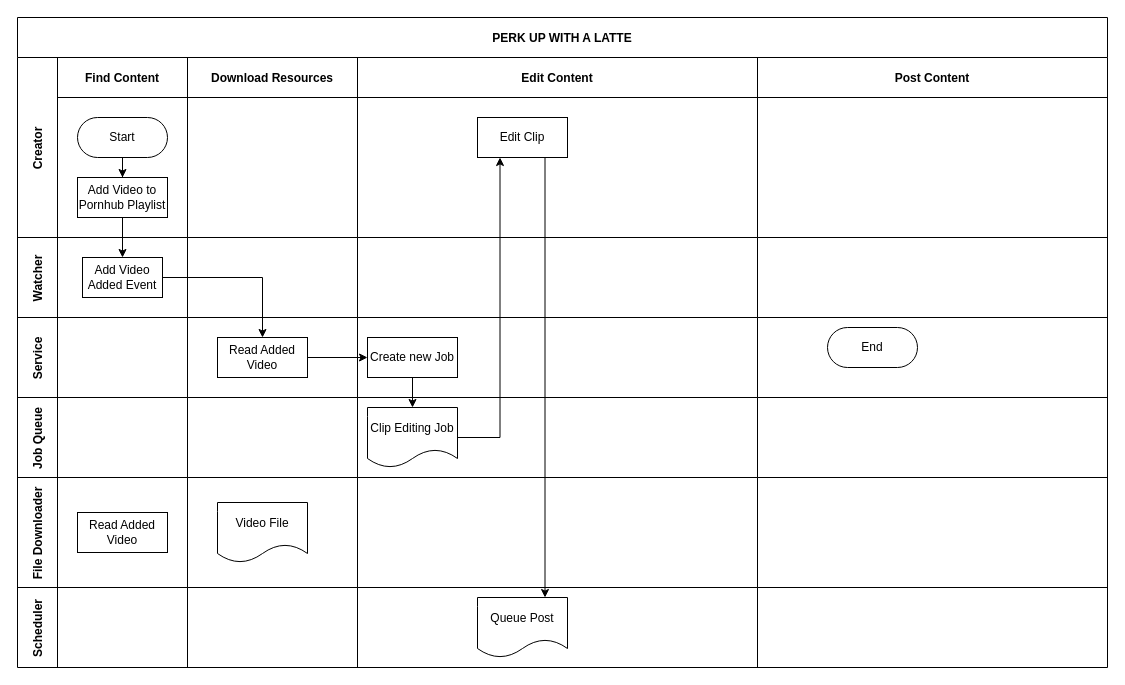
bdsmgeek/reddit-girlsfistguys-posts keeps this draw.io diagram as girlsfistguys-diagram.drawio. Above is the earlier version. Source tidied: cells renumbered, new cells numbered last; positions are measured from the earlier drawing's top-left corner, leaving out a move shared by most shapes. Both pictures are drawn from the tidied source at 100%, with x=0, y=0 at pixel (17, 17).
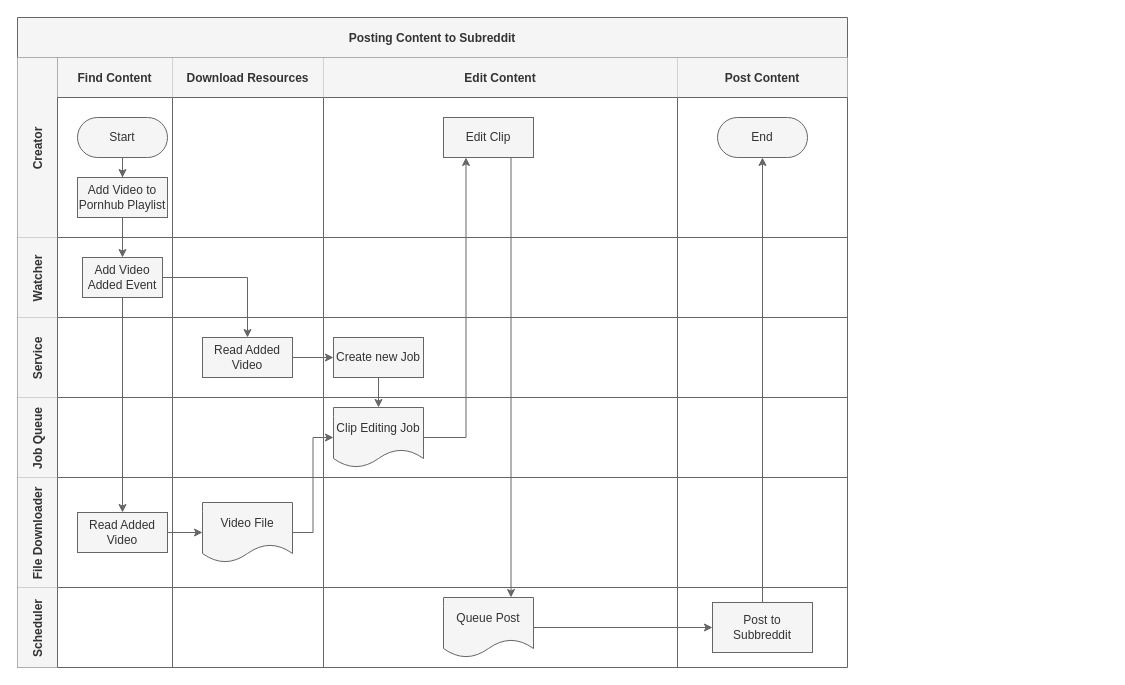
The same diagram, later.

The edit, as a diff of the source:
```diff
@@
-    <mxCell id="2" value="PERK UP WITH A LATTE" style="shape=table;childLayout=tableLayout;startSize=40;fillColor=none;fontStyle=1;" parent="1" vertex="1">
-      <mxGeometry width="1090" height="650" as="geometry" />
+    <mxCell id="2" value="Posting Content to Subreddit" style="shape=table;childLayout=tableLayout;startSize=40;fontStyle=1;fillColor=#f5f5f5;fontColor=#333333;strokeColor=#666666;" parent="1" vertex="1">
+      <mxGeometry width="830" height="650" as="geometry" />
     </mxCell>
-    <mxCell id="3" style="edgeStyle=orthogonalEdgeStyle;rounded=0;jettySize=auto;html=1;exitX=1;exitY=0.5;exitDx=0;exitDy=0;" parent="2" edge="1" source="15" target="22">
+    <mxCell id="3" style="edgeStyle=orthogonalEdgeStyle;rounded=0;jettySize=auto;html=1;exitX=1;exitY=0.5;exitDx=0;exitDy=0;fillColor=#f5f5f5;strokeColor=#666666;" parent="2" edge="1" source="15" target="22">
       <mxGeometry relative="1" as="geometry" />
     </mxCell>
-    <mxCell id="4" value="Creator" style="shape=tableRow;horizontal=0;swimlaneHead=0;swimlaneBody=0;top=0;left=0;bottom=0;right=0;fillColor=none;startSize=40;fontStyle=1;" parent="2" vertex="1">
-      <mxGeometry y="40" width="1090" height="180" as="geometry" />
+    <mxCell id="4" value="Creator" style="shape=tableRow;horizontal=0;swimlaneHead=0;swimlaneBody=0;top=0;left=0;bottom=0;right=0;startSize=40;fontStyle=1;labelBorderColor=none;fillColor=#f5f5f5;fontColor=#333333;strokeColor=#666666;" parent="2" vertex="1">
+      <mxGeometry y="40" width="830" height="180" as="geometry" />
     </mxCell>
-    <mxCell id="5" value="Find Content" style="swimlane;swimlaneHead=0;swimlaneBody=0;fillColor=none;startSize=40;fontStyle=1;" parent="4" vertex="1">
-      <mxGeometry x="40" width="130" height="180" as="geometry" />
+    <mxCell id="5" value="Find Content" style="swimlane;swimlaneHead=0;swimlaneBody=0;startSize=40;fontStyle=1;fillColor=#f5f5f5;fontColor=#333333;strokeColor=#666666;" parent="4" vertex="1">
+      <mxGeometry x="40" width="115" height="180" as="geometry" />
     </mxCell>
-    <mxCell id="6" style="edgeStyle=orthogonalEdgeStyle;rounded=0;jettySize=auto;html=1;" parent="5" edge="1" source="7" target="8">
+    <mxCell id="6" style="edgeStyle=orthogonalEdgeStyle;rounded=0;jettySize=auto;html=1;fillColor=#f5f5f5;strokeColor=#666666;" parent="5" edge="1" source="7" target="8">
       <mxGeometry relative="1" as="geometry" />
     </mxCell>
-    <mxCell id="7" value="Start" style="rounded=1;whiteSpace=wrap;html=1;arcSize=50;" parent="5" vertex="1">
+    <mxCell id="7" value="Start" style="rounded=1;whiteSpace=wrap;html=1;arcSize=50;fillColor=#f5f5f5;fontColor=#333333;strokeColor=#666666;" parent="5" vertex="1">
       <mxGeometry x="20" y="60" width="90" height="40" as="geometry" />
     </mxCell>
-    <mxCell id="8" value="Add Video to Pornhub Playlist" style="rounded=0;whiteSpace=wrap;html=1;" parent="5" vertex="1">
+    <mxCell id="8" value="Add Video to Pornhub Playlist" style="rounded=0;whiteSpace=wrap;html=1;fillColor=#f5f5f5;fontColor=#333333;strokeColor=#666666;" parent="5" vertex="1">
       <mxGeometry x="20" y="120" width="90" height="40" as="geometry" />
     </mxCell>
-    <mxCell id="9" value="Download Resources" style="swimlane;swimlaneHead=0;swimlaneBody=0;fillColor=none;startSize=40;fontStyle=1;" parent="4" vertex="1">
-      <mxGeometry x="170" width="170" height="180" as="geometry" />
+    <mxCell id="9" value="Download Resources" style="swimlane;swimlaneHead=0;swimlaneBody=0;startSize=40;fontStyle=1;fillColor=#f5f5f5;fontColor=#333333;strokeColor=#666666;" parent="4" vertex="1">
+      <mxGeometry x="155" width="151" height="180" as="geometry" />
     </mxCell>
-    <mxCell id="10" value="Edit Content" style="swimlane;swimlaneHead=0;swimlaneBody=0;fillColor=none;startSize=40;fontStyle=1;" parent="4" vertex="1">
-      <mxGeometry x="340" width="400" height="180" as="geometry" />
+    <mxCell id="10" value="Edit Content" style="swimlane;swimlaneHead=0;swimlaneBody=0;startSize=40;fontStyle=1;fillColor=#f5f5f5;fontColor=#333333;strokeColor=#666666;" parent="4" vertex="1">
+      <mxGeometry x="306" width="354" height="180" as="geometry" />
     </mxCell>
-    <mxCell id="11" value="Edit Clip" style="rounded=0;whiteSpace=wrap;html=1;" parent="10" vertex="1">
+    <mxCell id="11" value="Edit Clip" style="rounded=0;whiteSpace=wrap;html=1;fillColor=#f5f5f5;fontColor=#333333;strokeColor=#666666;" parent="10" vertex="1">
       <mxGeometry x="120" y="60" width="90" height="40" as="geometry" />
     </mxCell>
-    <mxCell id="12" value="Post Content" style="swimlane;swimlaneHead=0;swimlaneBody=0;fillColor=none;startSize=40;fontStyle=1;" parent="4" vertex="1">
-      <mxGeometry x="740" width="350" height="180" as="geometry" />
+    <mxCell id="12" value="Post Content" style="swimlane;swimlaneHead=0;swimlaneBody=0;startSize=40;fontStyle=1;fillColor=#f5f5f5;fontColor=#333333;strokeColor=#666666;" parent="4" vertex="1">
+      <mxGeometry x="660" width="170" height="180" as="geometry" />
     </mxCell>
+    <mxCell id="26" value="End" style="rounded=1;whiteSpace=wrap;html=1;arcSize=50;fillColor=#f5f5f5;fontColor=#333333;strokeColor=#666666;" parent="12" vertex="1">
+      <mxGeometry x="40" y="60" width="90" height="40" as="geometry" />
+    </mxCell>
-    <mxCell id="13" value="Watcher" style="shape=tableRow;horizontal=0;swimlaneHead=0;swimlaneBody=0;top=0;left=0;bottom=0;right=0;fillColor=none;startSize=40;fontStyle=1;" parent="2" vertex="1">
-      <mxGeometry y="220" width="1090" height="80" as="geometry" />
+    <mxCell id="13" value="Watcher" style="shape=tableRow;horizontal=0;swimlaneHead=0;swimlaneBody=0;top=0;left=0;bottom=0;right=0;startSize=40;fontStyle=1;fillColor=#f5f5f5;fontColor=#333333;strokeColor=#666666;" parent="2" vertex="1">
+      <mxGeometry y="220" width="830" height="80" as="geometry" />
     </mxCell>
-    <mxCell id="14" style="swimlane;swimlaneHead=0;swimlaneBody=0;fillColor=none;startSize=0;fontStyle=1;" parent="13" vertex="1">
-      <mxGeometry x="40" width="130" height="80" as="geometry" />
+    <mxCell id="14" style="swimlane;swimlaneHead=0;swimlaneBody=0;startSize=0;fontStyle=1;fillColor=#f5f5f5;fontColor=#333333;strokeColor=#666666;" parent="13" vertex="1">
+      <mxGeometry x="40" width="115" height="80" as="geometry" />
     </mxCell>
-    <mxCell id="15" value="Add Video Added Event" style="whiteSpace=wrap;html=1;" parent="14" vertex="1">
+    <mxCell id="15" value="Add Video Added Event" style="whiteSpace=wrap;html=1;fillColor=#f5f5f5;fontColor=#333333;strokeColor=#666666;" parent="14" vertex="1">
       <mxGeometry x="25" y="20" width="80" height="40" as="geometry" />
     </mxCell>
-    <mxCell id="16" style="swimlane;swimlaneHead=0;swimlaneBody=0;fillColor=none;startSize=0;fontStyle=1;" parent="13" vertex="1">
-      <mxGeometry x="170" width="170" height="80" as="geometry" />
+    <mxCell id="16" style="swimlane;swimlaneHead=0;swimlaneBody=0;startSize=0;fontStyle=1;fillColor=#f5f5f5;fontColor=#333333;strokeColor=#666666;" parent="13" vertex="1">
+      <mxGeometry x="155" width="151" height="80" as="geometry" />
     </mxCell>
-    <mxCell id="17" style="swimlane;swimlaneHead=0;swimlaneBody=0;fillColor=none;startSize=0;fontStyle=1;" parent="13" vertex="1">
-      <mxGeometry x="340" width="400" height="80" as="geometry" />
+    <mxCell id="17" style="swimlane;swimlaneHead=0;swimlaneBody=0;startSize=0;fontStyle=1;fillColor=#f5f5f5;fontColor=#333333;strokeColor=#666666;" parent="13" vertex="1">
+      <mxGeometry x="306" width="354" height="80" as="geometry" />
     </mxCell>
-    <mxCell id="18" style="swimlane;swimlaneHead=0;swimlaneBody=0;fillColor=none;startSize=0;fontStyle=1;" parent="13" vertex="1">
-      <mxGeometry x="740" width="350" height="80" as="geometry" />
+    <mxCell id="18" style="swimlane;swimlaneHead=0;swimlaneBody=0;startSize=0;fontStyle=1;fillColor=#f5f5f5;fontColor=#333333;strokeColor=#666666;" parent="13" vertex="1">
+      <mxGeometry x="660" width="170" height="80" as="geometry" />
     </mxCell>
-    <mxCell id="19" value="Service" style="shape=tableRow;horizontal=0;swimlaneHead=0;swimlaneBody=0;top=0;left=0;bottom=0;right=0;fillColor=none;startSize=40;fontStyle=1;" parent="2" vertex="1">
-      <mxGeometry y="300" width="1090" height="80" as="geometry" />
+    <mxCell id="19" value="Service" style="shape=tableRow;horizontal=0;swimlaneHead=0;swimlaneBody=0;top=0;left=0;bottom=0;right=0;startSize=40;fontStyle=1;fillColor=#f5f5f5;fontColor=#333333;strokeColor=#666666;" parent="2" vertex="1">
+      <mxGeometry y="300" width="830" height="80" as="geometry" />
     </mxCell>
-    <mxCell id="20" style="swimlane;swimlaneHead=0;swimlaneBody=0;fillColor=none;startSize=0;fontStyle=1;" parent="19" vertex="1">
-      <mxGeometry x="40" width="130" height="80" as="geometry" />
+    <mxCell id="20" style="swimlane;swimlaneHead=0;swimlaneBody=0;startSize=0;fontStyle=1;fillColor=#f5f5f5;fontColor=#333333;strokeColor=#666666;" parent="19" vertex="1">
+      <mxGeometry x="40" width="115" height="80" as="geometry" />
     </mxCell>
-    <mxCell id="21" style="swimlane;swimlaneHead=0;swimlaneBody=0;fillColor=none;startSize=0;fontStyle=1;" parent="19" vertex="1">
-      <mxGeometry x="170" width="170" height="80" as="geometry" />
+    <mxCell id="21" style="swimlane;swimlaneHead=0;swimlaneBody=0;startSize=0;fontStyle=1;fillColor=#f5f5f5;fontColor=#333333;strokeColor=#666666;" parent="19" vertex="1">
+      <mxGeometry x="155" width="151" height="80" as="geometry" />
     </mxCell>
-    <mxCell id="22" value="Read Added Video" style="rounded=0;whiteSpace=wrap;html=1;" parent="21" vertex="1">
+    <mxCell id="22" value="Read Added Video" style="rounded=0;whiteSpace=wrap;html=1;fillColor=#f5f5f5;fontColor=#333333;strokeColor=#666666;" parent="21" vertex="1">
       <mxGeometry x="30" y="20" width="90" height="40" as="geometry" />
     </mxCell>
-    <mxCell id="23" style="swimlane;swimlaneHead=0;swimlaneBody=0;fillColor=none;startSize=0;fontStyle=1;" parent="19" vertex="1">
-      <mxGeometry x="340" width="400" height="80" as="geometry" />
+    <mxCell id="23" style="swimlane;swimlaneHead=0;swimlaneBody=0;startSize=0;fontStyle=1;fillColor=#f5f5f5;fontColor=#333333;strokeColor=#666666;" parent="19" vertex="1">
+      <mxGeometry x="306" width="354" height="80" as="geometry" />
     </mxCell>
-    <mxCell id="24" value="Create new Job" style="rounded=0;whiteSpace=wrap;html=1;" parent="23" vertex="1">
+    <mxCell id="24" value="Create new Job" style="rounded=0;whiteSpace=wrap;html=1;fillColor=#f5f5f5;fontColor=#333333;strokeColor=#666666;" parent="23" vertex="1">
       <mxGeometry x="10" y="20" width="90" height="40" as="geometry" />
     </mxCell>
-    <mxCell id="25" style="swimlane;swimlaneHead=0;swimlaneBody=0;fillColor=none;startSize=0;fontStyle=1;" parent="19" vertex="1">
-      <mxGeometry x="740" width="350" height="80" as="geometry" />
+    <mxCell id="25" style="swimlane;swimlaneHead=0;swimlaneBody=0;startSize=0;fontStyle=1;fillColor=#f5f5f5;fontColor=#333333;strokeColor=#666666;" parent="19" vertex="1">
+      <mxGeometry x="660" width="170" height="80" as="geometry" />
     </mxCell>
-    <mxCell id="26" value="End" style="rounded=1;whiteSpace=wrap;html=1;arcSize=50;" parent="25" vertex="1">
-      <mxGeometry x="70" y="10" width="90" height="40" as="geometry" />
-    </mxCell>
-    <mxCell id="27" style="rounded=0;jettySize=auto;html=1;entryX=0;entryY=0.5;entryDx=0;entryDy=0;" parent="19" edge="1" source="22" target="24">
+    <mxCell id="27" style="rounded=0;jettySize=auto;html=1;entryX=0;entryY=0.5;entryDx=0;entryDy=0;fillColor=#f5f5f5;strokeColor=#666666;" parent="19" edge="1" source="22" target="24">
       <mxGeometry relative="1" as="geometry" />
     </mxCell>
-    <mxCell id="28" value="Job Queue" style="shape=tableRow;horizontal=0;swimlaneHead=0;swimlaneBody=0;top=0;left=0;bottom=0;right=0;fillColor=none;startSize=40;fontStyle=1;" parent="2" vertex="1">
-      <mxGeometry y="380" width="1090" height="80" as="geometry" />
+    <mxCell id="28" value="Job Queue" style="shape=tableRow;horizontal=0;swimlaneHead=0;swimlaneBody=0;top=0;left=0;bottom=0;right=0;startSize=40;fontStyle=1;fillColor=#f5f5f5;fontColor=#333333;strokeColor=#666666;" parent="2" vertex="1">
+      <mxGeometry y="380" width="830" height="80" as="geometry" />
     </mxCell>
-    <mxCell id="29" style="swimlane;swimlaneHead=0;swimlaneBody=0;fillColor=none;startSize=0;fontStyle=1;" parent="28" vertex="1">
-      <mxGeometry x="40" width="130" height="80" as="geometry" />
+    <mxCell id="29" style="swimlane;swimlaneHead=0;swimlaneBody=0;startSize=0;fontStyle=1;fillColor=#f5f5f5;fontColor=#333333;strokeColor=#666666;" parent="28" vertex="1">
+      <mxGeometry x="40" width="115" height="80" as="geometry" />
     </mxCell>
-    <mxCell id="30" style="swimlane;swimlaneHead=0;swimlaneBody=0;fillColor=none;startSize=0;fontStyle=1;" parent="28" vertex="1">
-      <mxGeometry x="170" width="170" height="80" as="geometry" />
+    <mxCell id="30" style="swimlane;swimlaneHead=0;swimlaneBody=0;startSize=0;fontStyle=1;fillColor=#f5f5f5;fontColor=#333333;strokeColor=#666666;" parent="28" vertex="1">
+      <mxGeometry x="155" width="151" height="80" as="geometry" />
     </mxCell>
-    <mxCell id="31" style="swimlane;swimlaneHead=0;swimlaneBody=0;fillColor=none;startSize=0;fontStyle=1;" parent="28" vertex="1">
-      <mxGeometry x="340" width="400" height="80" as="geometry" />
+    <mxCell id="31" style="swimlane;swimlaneHead=0;swimlaneBody=0;startSize=0;fontStyle=1;fillColor=#f5f5f5;fontColor=#333333;strokeColor=#666666;" parent="28" vertex="1">
+      <mxGeometry x="306" width="354" height="80" as="geometry" />
     </mxCell>
-    <mxCell id="32" value="Clip Editing Job" style="shape=document;whiteSpace=wrap;html=1;boundedLbl=1;" parent="31" vertex="1">
+    <mxCell id="32" value="Clip Editing Job" style="shape=document;whiteSpace=wrap;html=1;boundedLbl=1;fillColor=#f5f5f5;fontColor=#333333;strokeColor=#666666;" parent="31" vertex="1">
       <mxGeometry x="10" y="10" width="90" height="60" as="geometry" />
     </mxCell>
-    <mxCell id="33" style="swimlane;swimlaneHead=0;swimlaneBody=0;fillColor=none;startSize=0;fontStyle=1;" parent="28" vertex="1">
-      <mxGeometry x="740" width="350" height="80" as="geometry" />
+    <mxCell id="33" style="swimlane;swimlaneHead=0;swimlaneBody=0;startSize=0;fontStyle=1;fillColor=#f5f5f5;fontColor=#333333;strokeColor=#666666;" parent="28" vertex="1">
+      <mxGeometry x="660" width="170" height="80" as="geometry" />
     </mxCell>
-    <mxCell id="34" value="File Downloader" style="shape=tableRow;horizontal=0;swimlaneHead=0;swimlaneBody=0;top=0;left=0;bottom=0;right=0;fillColor=none;startSize=40;fontStyle=1;" parent="2" vertex="1">
-      <mxGeometry y="460" width="1090" height="110" as="geometry" />
+    <mxCell id="34" value="File Downloader" style="shape=tableRow;horizontal=0;swimlaneHead=0;swimlaneBody=0;top=0;left=0;bottom=0;right=0;startSize=40;fontStyle=1;fillColor=#f5f5f5;fontColor=#333333;strokeColor=#666666;" parent="2" vertex="1">
+      <mxGeometry y="460" width="830" height="110" as="geometry" />
     </mxCell>
-    <mxCell id="35" style="swimlane;swimlaneHead=0;swimlaneBody=0;fillColor=none;startSize=0;fontStyle=1;" parent="34" vertex="1">
-      <mxGeometry x="40" width="130" height="110" as="geometry" />
+    <mxCell id="35" style="swimlane;swimlaneHead=0;swimlaneBody=0;startSize=0;fontStyle=1;fillColor=#f5f5f5;fontColor=#333333;strokeColor=#666666;" parent="34" vertex="1">
+      <mxGeometry x="40" width="115" height="110" as="geometry" />
     </mxCell>
-    <mxCell id="36" value="Read Added Video" style="rounded=0;whiteSpace=wrap;html=1;" parent="35" vertex="1">
+    <mxCell id="36" value="Read Added Video" style="rounded=0;whiteSpace=wrap;html=1;fillColor=#f5f5f5;fontColor=#333333;strokeColor=#666666;" parent="35" vertex="1">
       <mxGeometry x="20" y="35" width="90" height="40" as="geometry" />
     </mxCell>
-    <mxCell id="37" style="swimlane;swimlaneHead=0;swimlaneBody=0;fillColor=none;startSize=0;fontStyle=1;" parent="34" vertex="1">
-      <mxGeometry x="170" width="170" height="110" as="geometry" />
+    <mxCell id="37" style="swimlane;swimlaneHead=0;swimlaneBody=0;startSize=0;fontStyle=1;fillColor=#f5f5f5;fontColor=#333333;strokeColor=#666666;" parent="34" vertex="1">
+      <mxGeometry x="155" width="151" height="110" as="geometry" />
     </mxCell>
-    <mxCell id="38" value="Video File" style="shape=document;whiteSpace=wrap;html=1;boundedLbl=1;" parent="37" vertex="1">
+    <mxCell id="38" value="Video File" style="shape=document;whiteSpace=wrap;html=1;boundedLbl=1;fillColor=#f5f5f5;fontColor=#333333;strokeColor=#666666;" parent="37" vertex="1">
       <mxGeometry x="30" y="25" width="90" height="60" as="geometry" />
     </mxCell>
-    <mxCell id="39" style="swimlane;swimlaneHead=0;swimlaneBody=0;fillColor=none;startSize=0;fontStyle=1;" parent="34" vertex="1">
-      <mxGeometry x="340" width="400" height="110" as="geometry" />
+    <mxCell id="39" style="swimlane;swimlaneHead=0;swimlaneBody=0;startSize=0;fontStyle=1;fillColor=#f5f5f5;fontColor=#333333;strokeColor=#666666;" parent="34" vertex="1">
+      <mxGeometry x="306" width="354" height="110" as="geometry" />
     </mxCell>
-    <mxCell id="40" style="swimlane;swimlaneHead=0;swimlaneBody=0;fillColor=none;startSize=0;fontStyle=1;" parent="34" vertex="1">
-      <mxGeometry x="740" width="350" height="110" as="geometry" />
+    <mxCell id="40" style="swimlane;swimlaneHead=0;swimlaneBody=0;startSize=0;fontStyle=1;fillColor=#f5f5f5;fontColor=#333333;strokeColor=#666666;" parent="34" vertex="1">
+      <mxGeometry x="660" width="170" height="110" as="geometry" />
     </mxCell>
+    <mxCell id="51" style="edgeStyle=orthogonalEdgeStyle;rounded=0;jettySize=auto;html=1;fillColor=#f5f5f5;strokeColor=#666666;" parent="34" edge="1" source="36" target="38">
+      <mxGeometry relative="1" as="geometry" />
+    </mxCell>
-    <mxCell id="41" value="Scheduler" style="shape=tableRow;horizontal=0;swimlaneHead=0;swimlaneBody=0;top=0;left=0;bottom=0;right=0;fillColor=none;startSize=40;fontStyle=1;" parent="2" vertex="1">
-      <mxGeometry y="570" width="1090" height="80" as="geometry" />
+    <mxCell id="41" value="Scheduler" style="shape=tableRow;horizontal=0;swimlaneHead=0;swimlaneBody=0;top=0;left=0;bottom=0;right=0;startSize=40;fontStyle=1;fillColor=#f5f5f5;fontColor=#333333;strokeColor=#666666;" parent="2" vertex="1">
+      <mxGeometry y="570" width="830" height="80" as="geometry" />
     </mxCell>
-    <mxCell id="42" style="swimlane;swimlaneHead=0;swimlaneBody=0;fillColor=none;startSize=0;fontStyle=1;" parent="41" vertex="1">
-      <mxGeometry x="40" width="130" height="80" as="geometry" />
+    <mxCell id="42" style="swimlane;swimlaneHead=0;swimlaneBody=0;startSize=0;fontStyle=1;fillColor=#f5f5f5;fontColor=#333333;strokeColor=#666666;" parent="41" vertex="1">
+      <mxGeometry x="40" width="115" height="80" as="geometry" />
     </mxCell>
-    <mxCell id="43" style="swimlane;swimlaneHead=0;swimlaneBody=0;fillColor=none;startSize=0;fontStyle=1;" parent="41" vertex="1">
-      <mxGeometry x="170" width="170" height="80" as="geometry" />
+    <mxCell id="43" style="swimlane;swimlaneHead=0;swimlaneBody=0;startSize=0;fontStyle=1;fillColor=#f5f5f5;fontColor=#333333;strokeColor=#666666;" parent="41" vertex="1">
+      <mxGeometry x="155" width="151" height="80" as="geometry" />
     </mxCell>
-    <mxCell id="44" style="swimlane;swimlaneHead=0;swimlaneBody=0;fillColor=none;startSize=0;fontStyle=1;" parent="41" vertex="1">
-      <mxGeometry x="340" width="400" height="80" as="geometry" />
+    <mxCell id="44" style="swimlane;swimlaneHead=0;swimlaneBody=0;startSize=0;fontStyle=1;fillColor=#f5f5f5;fontColor=#333333;strokeColor=#666666;" parent="41" vertex="1">
+      <mxGeometry x="306" width="354" height="80" as="geometry" />
     </mxCell>
-    <mxCell id="45" value="Queue Post" style="shape=document;whiteSpace=wrap;html=1;boundedLbl=1;" parent="44" vertex="1">
+    <mxCell id="45" value="Queue Post" style="shape=document;whiteSpace=wrap;html=1;boundedLbl=1;fillColor=#f5f5f5;fontColor=#333333;strokeColor=#666666;" parent="44" vertex="1">
       <mxGeometry x="120" y="10" width="90" height="60" as="geometry" />
     </mxCell>
-    <mxCell id="46" style="swimlane;swimlaneHead=0;swimlaneBody=0;fillColor=none;startSize=0;fontStyle=1;" parent="41" vertex="1">
-      <mxGeometry x="740" width="350" height="80" as="geometry" />
+    <mxCell id="46" style="swimlane;swimlaneHead=0;swimlaneBody=0;startSize=0;fontStyle=1;fillColor=#f5f5f5;fontColor=#333333;strokeColor=#666666;" parent="41" vertex="1">
+      <mxGeometry x="660" width="170" height="80" as="geometry" />
     </mxCell>
+    <mxCell id="52" value="Post to Subbreddit" style="whiteSpace=wrap;html=1;fillColor=#f5f5f5;fontColor=#333333;strokeColor=#666666;" parent="46" vertex="1">
+      <mxGeometry x="35" y="15" width="100" height="50" as="geometry" />
+    </mxCell>
+    <mxCell id="53" style="edgeStyle=orthogonalEdgeStyle;rounded=0;jettySize=auto;html=1;fillColor=#f5f5f5;strokeColor=#666666;" parent="41" edge="1" source="45" target="52">
+      <mxGeometry relative="1" as="geometry" />
+    </mxCell>
-    <mxCell id="47" style="edgeStyle=orthogonalEdgeStyle;rounded=0;jettySize=auto;html=1;exitX=1;exitY=0.5;exitDx=0;exitDy=0;entryX=0.25;entryY=1;entryDx=0;entryDy=0;" parent="2" edge="1" source="32" target="11">
+    <mxCell id="47" style="edgeStyle=orthogonalEdgeStyle;rounded=0;jettySize=auto;html=1;exitX=1;exitY=0.5;exitDx=0;exitDy=0;entryX=0.25;entryY=1;entryDx=0;entryDy=0;fillColor=#f5f5f5;strokeColor=#666666;" parent="2" edge="1" source="32" target="11">
       <mxGeometry relative="1" as="geometry" />
     </mxCell>
-    <mxCell id="48" style="edgeStyle=orthogonalEdgeStyle;rounded=0;jettySize=auto;html=1;" parent="2" edge="1" source="24" target="32">
+    <mxCell id="48" style="edgeStyle=orthogonalEdgeStyle;rounded=0;jettySize=auto;html=1;fillColor=#f5f5f5;strokeColor=#666666;" parent="2" edge="1" source="24" target="32">
       <mxGeometry relative="1" as="geometry" />
     </mxCell>
-    <mxCell id="49" style="edgeStyle=orthogonalEdgeStyle;rounded=0;jettySize=auto;html=1;exitX=0.75;exitY=1;exitDx=0;exitDy=0;entryX=0.75;entryY=0;entryDx=0;entryDy=0;" parent="2" edge="1" source="11" target="45">
+    <mxCell id="49" style="edgeStyle=orthogonalEdgeStyle;rounded=0;jettySize=auto;html=1;exitX=0.75;exitY=1;exitDx=0;exitDy=0;entryX=0.75;entryY=0;entryDx=0;entryDy=0;fillColor=#f5f5f5;strokeColor=#666666;" parent="2" edge="1" source="11" target="45">
       <mxGeometry relative="1" as="geometry" />
     </mxCell>
-    <mxCell id="50" style="edgeStyle=orthogonalEdgeStyle;rounded=0;jettySize=auto;html=1;exitX=0.5;exitY=1;exitDx=0;exitDy=0;entryX=0.5;entryY=0;entryDx=0;entryDy=0;" parent="2" edge="1" source="8" target="15">
+    <mxCell id="50" style="edgeStyle=orthogonalEdgeStyle;rounded=0;jettySize=auto;html=1;exitX=0.5;exitY=1;exitDx=0;exitDy=0;entryX=0.5;entryY=0;entryDx=0;entryDy=0;fillColor=#f5f5f5;strokeColor=#666666;" parent="2" edge="1" source="8" target="15">
       <mxGeometry relative="1" as="geometry" />
     </mxCell>
+    <mxCell id="54" style="edgeStyle=orthogonalEdgeStyle;rounded=0;jettySize=auto;html=1;exitX=0.5;exitY=1;exitDx=0;exitDy=0;fillColor=#f5f5f5;strokeColor=#666666;" parent="2" edge="1" source="15" target="36">
+      <mxGeometry relative="1" as="geometry" />
+    </mxCell>
+    <mxCell id="55" style="edgeStyle=orthogonalEdgeStyle;rounded=0;jettySize=auto;html=1;entryX=0;entryY=0.5;entryDx=0;entryDy=0;fillColor=#f5f5f5;strokeColor=#666666;" parent="2" edge="1" source="38" target="32">
+      <mxGeometry relative="1" as="geometry" />
+    </mxCell>
+    <mxCell id="56" style="edgeStyle=orthogonalEdgeStyle;rounded=0;jettySize=auto;html=1;fillColor=#f5f5f5;strokeColor=#666666;" parent="2" edge="1" source="52" target="26">
+      <mxGeometry relative="1" as="geometry" />
+    </mxCell>
```
